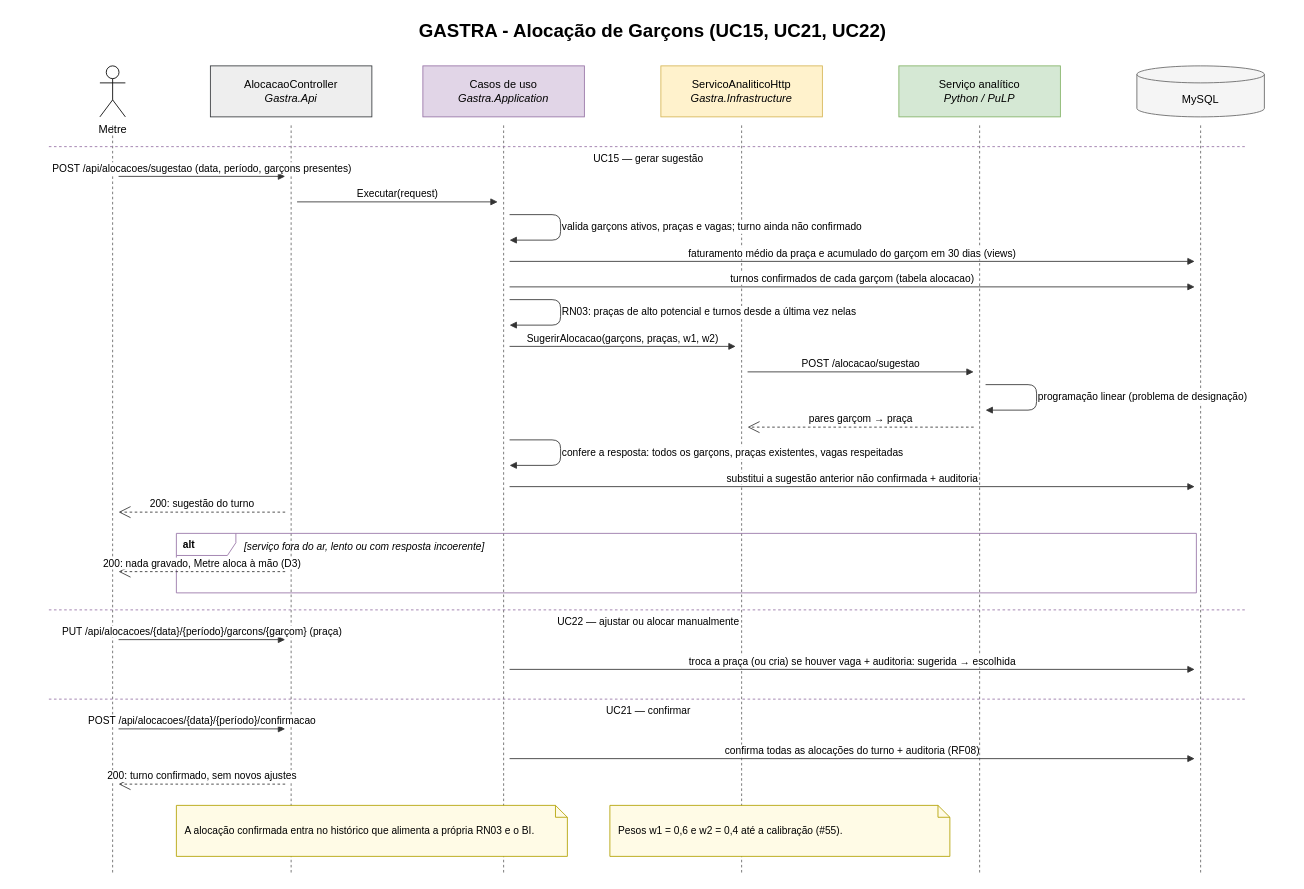
This is docs/diagramas/_fontes/GASTRA_Sequencia_AlocacaoGarcons.drawio from danih-vb/gastra-tg, a draw.io file, before an edit. Source tidied: cells renumbered, new cells numbered last; positions are measured from the earlier drawing's top-left corner, leaving out a move shared by most shapes. Both pictures are drawn from the tidied source at 85%, with x=0, y=0 at pixel (14, 14).
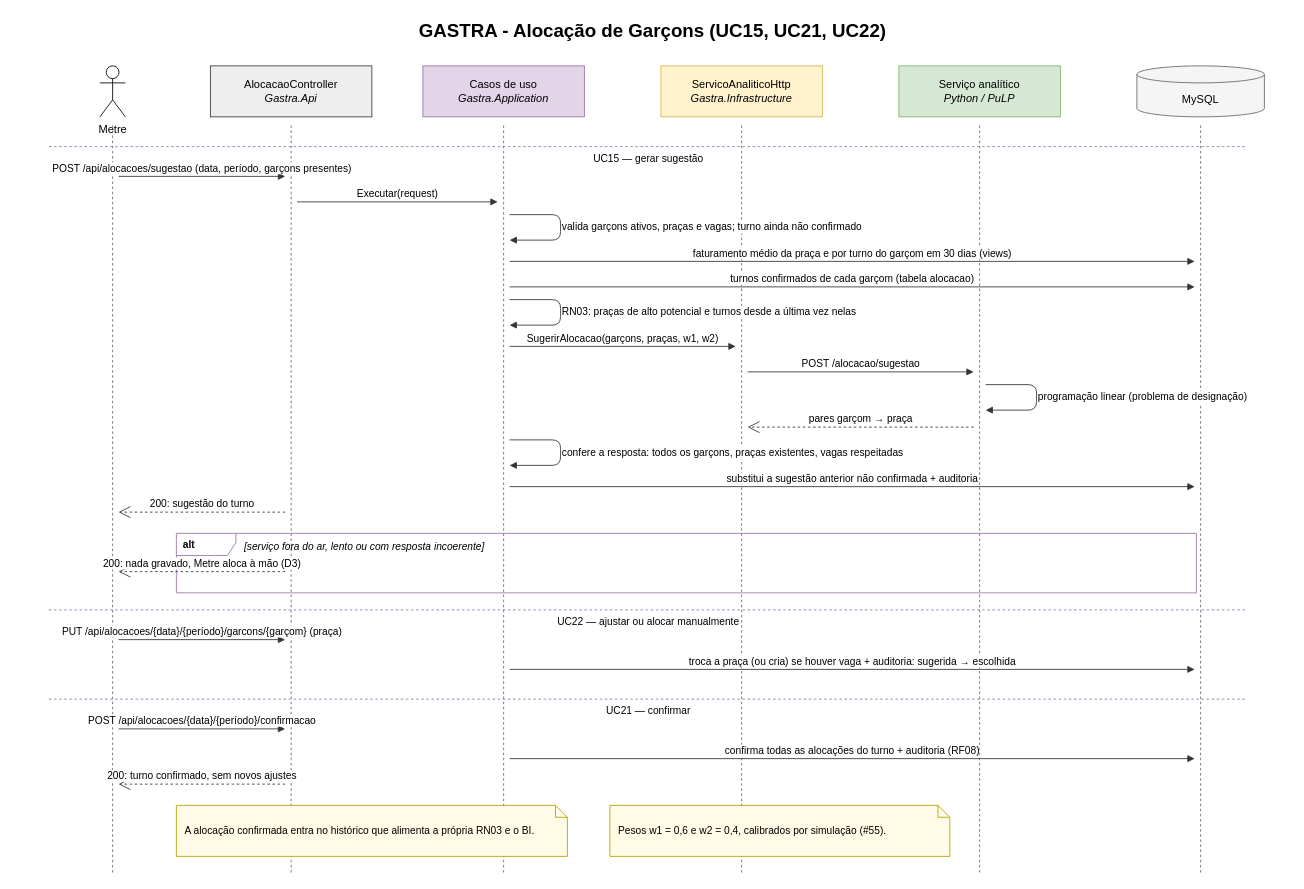
After the change.

Diff of the diagram source:
```diff
@@
-    <mxCell id="19" value="faturamento médio da praça e acumulado do garçom em 30 dias (views)" style="html=1;endArrow=block;endFill=1;strokeColor=#333333;fontSize=12;align=center;verticalAlign=bottom;labelBackgroundColor=#ffffff;" parent="1" edge="1">
+    <mxCell id="19" value="faturamento médio da praça e por turno do garçom em 30 dias (views)" style="html=1;endArrow=block;endFill=1;strokeColor=#333333;fontSize=12;align=center;verticalAlign=bottom;labelBackgroundColor=#ffffff;" parent="1" edge="1">
       <mxGeometry relative="1" as="geometry">
         <mxPoint x="582" y="290" as="sourcePoint" />
         <mxPoint x="1388" y="290" as="targetPoint" />
       </mxGeometry>
     </mxCell>
@@
-    <mxCell id="40" value="Pesos w1 = 0,6 e w2 = 0,4 até a calibração (#55)." style="shape=note;size=14;whiteSpace=wrap;html=1;align=left;spacingLeft=8;fillColor=#fffbe6;strokeColor=#b3a100;fontSize=12;" parent="1" vertex="1">
+    <mxCell id="40" value="Pesos w1 = 0,6 e w2 = 0,4, calibrados por simulação (#55)." style="shape=note;size=14;whiteSpace=wrap;html=1;align=left;spacingLeft=8;fillColor=#fffbe6;strokeColor=#b3a100;fontSize=12;" parent="1" vertex="1">
       <mxGeometry x="700" y="930" width="400" height="60" as="geometry" />
     </mxCell>
```
